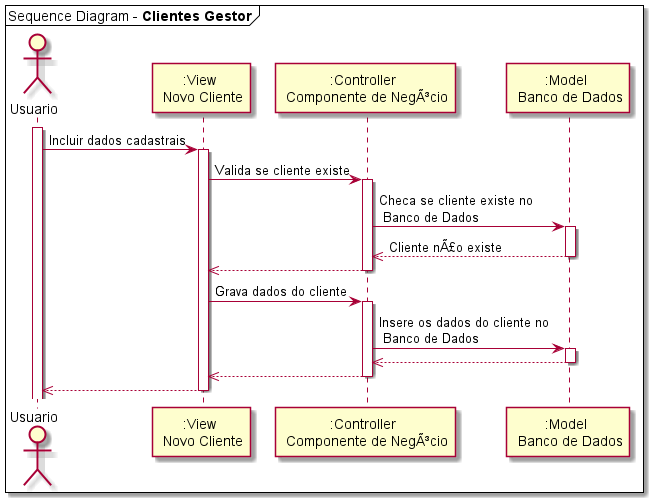
This is modelagem/Sequence_Diagram.png from douglascarlos-dev/Clientes-Gestor, a PlantUML export, as it was before one commit. The source it was exported from:
```plantuml
@startuml Sequence Diagram

mainframe Sequence Diagram - **Clientes Gestor**

actor Usuario
activate Usuario
deactivate Usuario

Usuario -> ":View \n Novo Cliente": Incluir dados cadastrais
activate ":View \n Novo Cliente"

":View \n Novo Cliente" -> ":Controller \n Componente de NegÃ³cio": Valida se cliente existe
activate ":Controller \n Componente de NegÃ³cio"

":Controller \n Componente de NegÃ³cio" -> ":Model \n Banco de Dados": Checa se cliente existe no \n Banco de Dados
activate ":Model \n Banco de Dados"
":Model \n Banco de Dados" -->> ":Controller \n Componente de NegÃ³cio": Cliente nÃ£o existe
deactivate ":Model \n Banco de Dados"

":Controller \n Componente de NegÃ³cio" -->> ":View \n Novo Cliente":
deactivate ":Controller \n Componente de NegÃ³cio"

":View \n Novo Cliente" -> ":Controller \n Componente de NegÃ³cio": Grava dados do cliente
activate ":Controller \n Componente de NegÃ³cio"

":Controller \n Componente de NegÃ³cio" -> ":Model \n Banco de Dados": Insere os dados do cliente no \n Banco de Dados
activate ":Model \n Banco de Dados"
":Model \n Banco de Dados" -->> ":Controller \n Componente de NegÃ³cio":
deactivate ":Model \n Banco de Dados"

":Controller \n Componente de NegÃ³cio" -->> ":View \n Novo Cliente":
deactivate ":Controller \n Componente de NegÃ³cio"

":View \n Novo Cliente" -->> Usuario:
deactivate ":View \n Novo Cliente"


@enduml
```
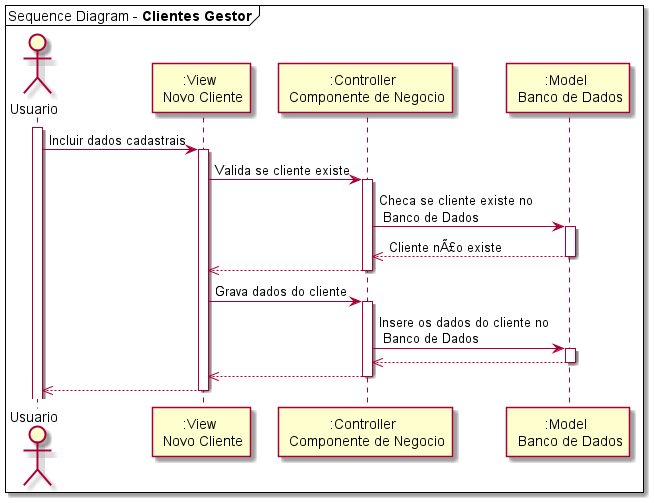
The same diagram one commit later.

Change to the diagram source:
```diff
@@ -9,27 +9,27 @@
 Usuario -> ":View \n Novo Cliente": Incluir dados cadastrais
 activate ":View \n Novo Cliente"
 
-":View \n Novo Cliente" -> ":Controller \n Componente de NegÃ³cio": Valida se cliente existe
-activate ":Controller \n Componente de NegÃ³cio"
+":View \n Novo Cliente" -> ":Controller \n Componente de Negocio": Valida se cliente existe
+activate ":Controller \n Componente de Negocio"
 
-":Controller \n Componente de NegÃ³cio" -> ":Model \n Banco de Dados": Checa se cliente existe no \n Banco de Dados
+":Controller \n Componente de Negocio" -> ":Model \n Banco de Dados": Checa se cliente existe no \n Banco de Dados
 activate ":Model \n Banco de Dados"
-":Model \n Banco de Dados" -->> ":Controller \n Componente de NegÃ³cio": Cliente nÃ£o existe
+":Model \n Banco de Dados" -->> ":Controller \n Componente de Negocio": Cliente nÃ£o existe
 deactivate ":Model \n Banco de Dados"
 
-":Controller \n Componente de NegÃ³cio" -->> ":View \n Novo Cliente":
-deactivate ":Controller \n Componente de NegÃ³cio"
+":Controller \n Componente de Negocio" -->> ":View \n Novo Cliente":
+deactivate ":Controller \n Componente de Negocio"
 
-":View \n Novo Cliente" -> ":Controller \n Componente de NegÃ³cio": Grava dados do cliente
-activate ":Controller \n Componente de NegÃ³cio"
+":View \n Novo Cliente" -> ":Controller \n Componente de Negocio": Grava dados do cliente
+activate ":Controller \n Componente de Negocio"
 
-":Controller \n Componente de NegÃ³cio" -> ":Model \n Banco de Dados": Insere os dados do cliente no \n Banco de Dados
+":Controller \n Componente de Negocio" -> ":Model \n Banco de Dados": Insere os dados do cliente no \n Banco de Dados
 activate ":Model \n Banco de Dados"
-":Model \n Banco de Dados" -->> ":Controller \n Componente de NegÃ³cio":
+":Model \n Banco de Dados" -->> ":Controller \n Componente de Negocio":
 deactivate ":Model \n Banco de Dados"
 
-":Controller \n Componente de NegÃ³cio" -->> ":View \n Novo Cliente":
-deactivate ":Controller \n Componente de NegÃ³cio"
+":Controller \n Componente de Negocio" -->> ":View \n Novo Cliente":
+deactivate ":Controller \n Componente de Negocio"
 
 ":View \n Novo Cliente" -->> Usuario:
 deactivate ":View \n Novo Cliente"
```
